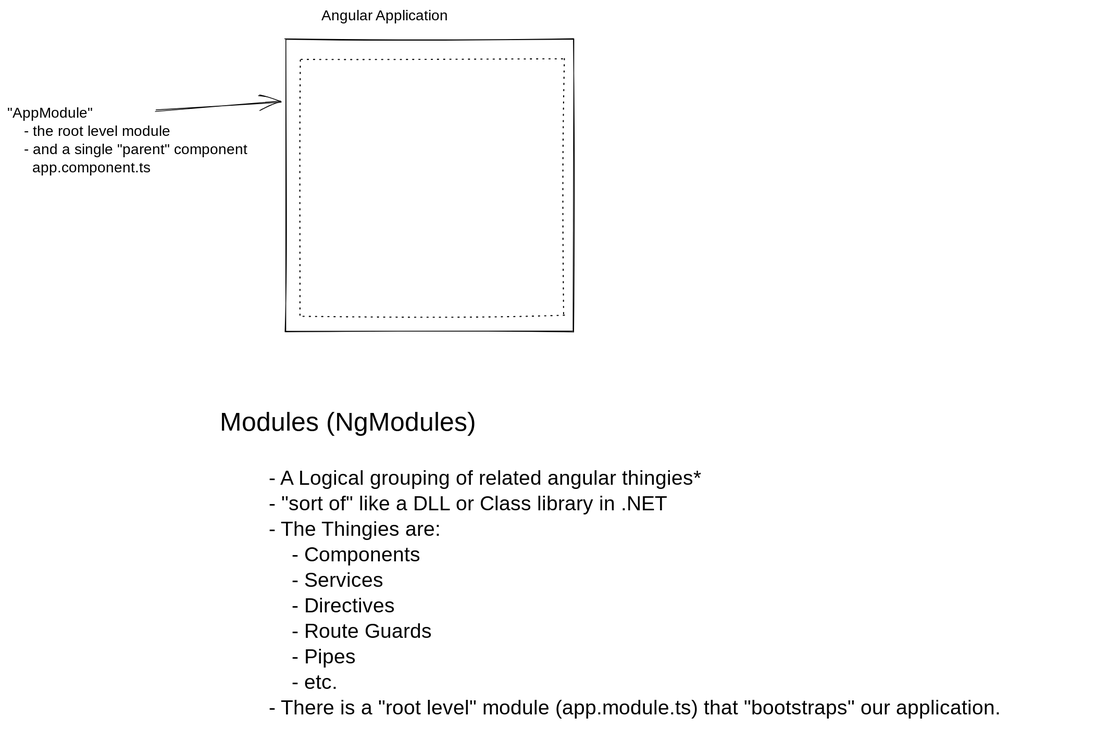
Above: class-notes/angular-architecture.excalidraw.svg in hypertheory-angular/angular-state-management-oct-2022 (Excalidraw), before the change. Source tidied: one line per element, renumbered; positions are measured from the earlier drawing's top-left corner, leaving out a move shared by most shapes.
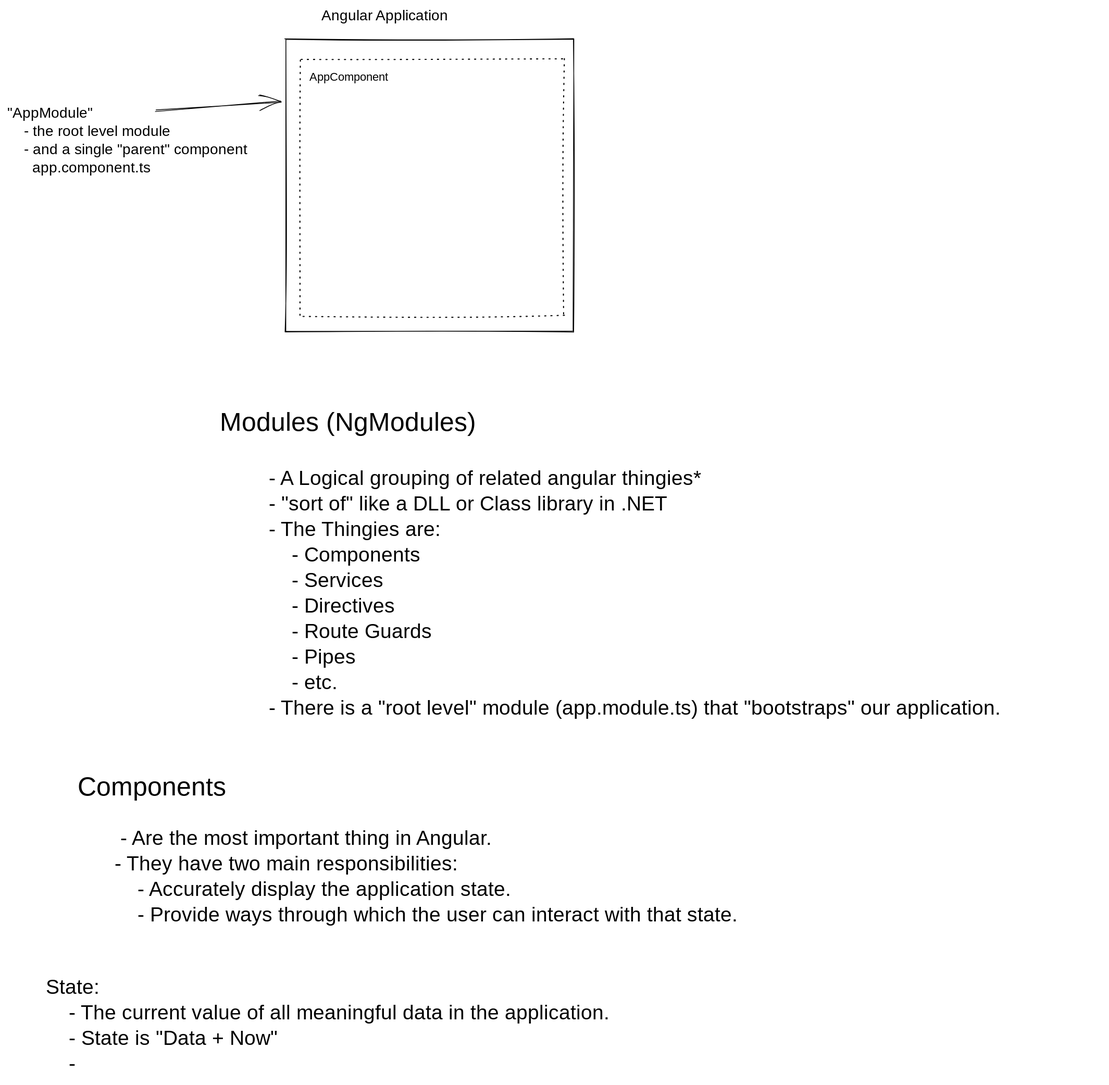
After the change.

The edit, as a diff of the source:
```diff
@@ -5,3 +5,7 @@
 {"id": 4, "type": "rectangle", "strokeColor": "#000000", "strokeWidth": 1, "strokeStyle": "dotted", "roughness": 1, "x": 402, "y": 72, "width": 361, "height": 352}
 {"id": 5, "type": "arrow", "strokeColor": "#000000", "strokeWidth": 1, "roughness": 1, "endArrowhead": "arrow", "to": 4, "x": 203, "y": 142, "width": 172, "height": 12, "points": [[0, 0], [172, -12]]}
 {"id": 6, "type": "text", "text": "\"AppModule\"\n    - the root level module\n    - and a single \"parent\" component\n      app.component.ts", "strokeColor": "#000000", "strokeWidth": 1, "roughness": 1, "fontSize": 20, "fontFamily": 1, "x": 0, "y": 134, "width": 370, "height": 100}
+{"id": 7, "type": "text", "text": "AppComponent", "strokeColor": "#000000", "strokeWidth": 1, "roughness": 1, "fontSize": 16, "fontFamily": 3, "x": 414, "y": 86, "width": 115, "height": 19}
+{"id": 8, "type": "text", "text": "Components", "strokeColor": "#000000", "strokeWidth": 1, "roughness": 1, "fontSize": 36, "fontFamily": 1, "x": 96, "y": 1049, "width": 199, "height": 45}
+{"id": 9, "type": "text", "text": " - Are the most important thing in Angular.\n- They have two main responsibilities:\n    - Accurately display the application state.\n    - Provide ways through which the user can interact with that state.", "strokeColor": "#000000", "strokeWidth": 1, "roughness": 1, "fontSize": 28, "fontFamily": 1, "x": 147, "y": 1124, "width": 1017, "height": 140}
+{"id": 10, "type": "text", "text": "State:\n    - The current value of all meaningful data in the application.\n    - State is \"Data + Now\"\n    - ", "strokeColor": "#000000", "strokeWidth": 1, "roughness": 1, "fontSize": 28, "fontFamily": 1, "x": 53, "y": 1328, "width": 912, "height": 140}
```
